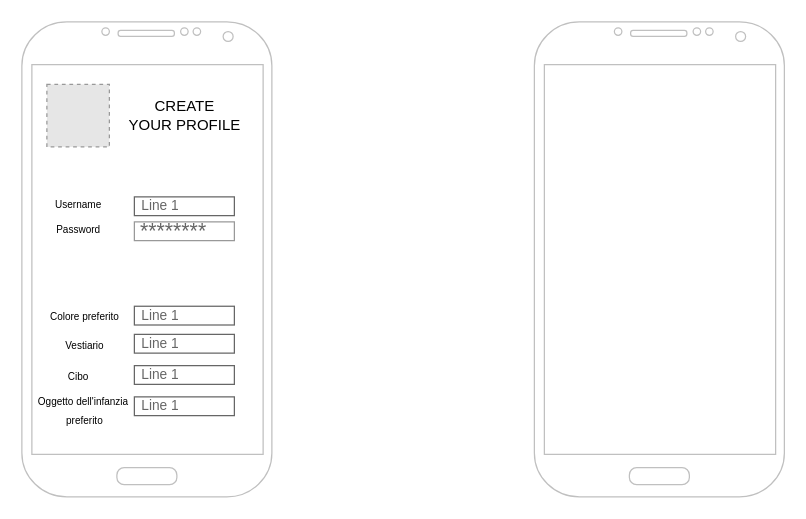
Earlier version of the draw.io diagram Pagina.drawio (ChiaraGismondi02/ArtisticMood). Source tidied: cells renumbered, new cells numbered last; positions are measured from the earlier drawing's top-left corner, leaving out a move shared by most shapes. Both pictures are drawn from the tidied source at 125%, with x=0, y=0 at pixel (21, 21). Pictures stored in the file or linked from it are replaced by grey dashed boxes.
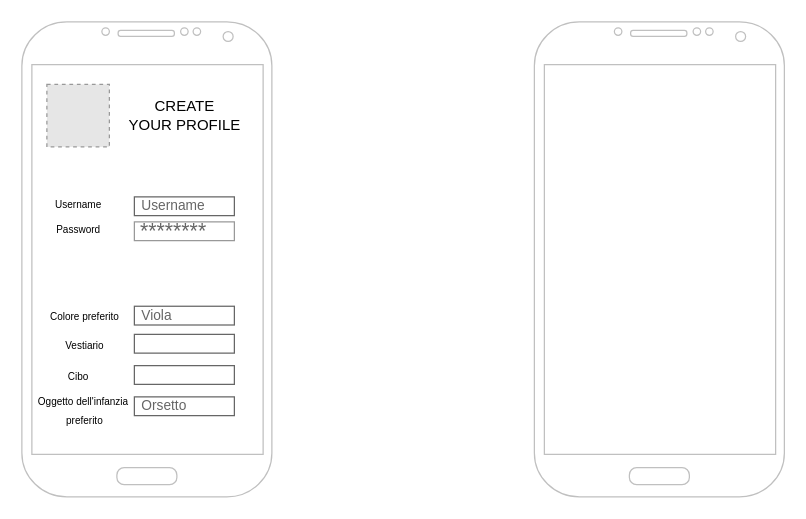
After the change.

Change to the diagram source:
```diff
@@
 <mxGraphModel>
   <root>
     <mxCell id="0" />
     <mxCell id="1" parent="0" />
     <mxCell id="2" style="verticalLabelPosition=bottom;verticalAlign=top;html=1;shadow=0;dashed=0;strokeWidth=1;shape=mxgraph.android.phone2;strokeColor=#c0c0c0;" parent="1" vertex="1">
       <mxGeometry width="200" height="380" as="geometry" />
     </mxCell>
     <mxCell id="3" style="verticalLabelPosition=bottom;verticalAlign=top;html=1;shadow=0;dashed=0;strokeWidth=1;shape=mxgraph.android.phone2;strokeColor=#c0c0c0;" parent="1" vertex="1">
       <mxGeometry x="410" width="200" height="380" as="geometry" />
     </mxCell>
     <mxCell id="4" style="fillColor=#E6E6E6;strokeColor=#999999;dashed=1;html=1;verticalAlign=top;verticalLabelPosition=bottom;labelBackgroundColor=#ffffff;" parent="1" vertex="1">
       <mxGeometry x="20" y="50" width="50" height="50" as="geometry" />
     </mxCell>
     <mxCell id="5" value="CREATE &lt;br&gt;YOUR PROFILE" style="text;html=1;align=center;verticalAlign=middle;fillColor=none;strokeColor=none;rounded=0;" parent="1" vertex="1">
       <mxGeometry x="80" y="60" width="100" height="30" as="geometry" />
     </mxCell>
-    <mxCell id="6" value="&lt;font style=&quot;font-size: 11px&quot;&gt;Line 1&lt;/font&gt;" style="strokeWidth=1;shadow=0;dashed=0;align=center;html=1;shape=mxgraph.mockup.text.textBox;fontColor=#666666;align=left;fontSize=17;spacingLeft=4;spacingTop=-3;strokeColor=#666666;mainText=;" parent="1" vertex="1">
+    <mxCell id="6" style="strokeWidth=1;shadow=0;dashed=0;align=center;html=1;shape=mxgraph.mockup.text.textBox;fontColor=#666666;align=left;fontSize=17;spacingLeft=4;spacingTop=-3;strokeColor=#666666;mainText=;" parent="1" vertex="1">
       <mxGeometry x="90" y="250" width="80" height="15" as="geometry" />
     </mxCell>
-    <mxCell id="7" value="&lt;font style=&quot;font-size: 11px&quot;&gt;Line 1&lt;/font&gt;" style="strokeWidth=1;shadow=0;dashed=0;align=center;html=1;shape=mxgraph.mockup.text.textBox;fontColor=#666666;align=left;fontSize=17;spacingLeft=4;spacingTop=-3;strokeColor=#666666;mainText=;" parent="1" vertex="1">
+    <mxCell id="7" value="&lt;span style=&quot;font-size: 11px&quot;&gt;Username&lt;/span&gt;" style="strokeWidth=1;shadow=0;dashed=0;align=center;html=1;shape=mxgraph.mockup.text.textBox;fontColor=#666666;align=left;fontSize=17;spacingLeft=4;spacingTop=-3;strokeColor=#666666;mainText=;" parent="1" vertex="1">
       <mxGeometry x="90" y="140" width="80" height="15" as="geometry" />
     </mxCell>
-    <mxCell id="8" value="&lt;font style=&quot;font-size: 11px&quot;&gt;Line 1&lt;/font&gt;" style="strokeWidth=1;shadow=0;dashed=0;align=center;html=1;shape=mxgraph.mockup.text.textBox;fontColor=#666666;align=left;fontSize=17;spacingLeft=4;spacingTop=-3;strokeColor=#666666;mainText=;" parent="1" vertex="1">
+    <mxCell id="8" value="&lt;span style=&quot;font-size: 11px&quot;&gt;Viola&lt;/span&gt;" style="strokeWidth=1;shadow=0;dashed=0;align=center;html=1;shape=mxgraph.mockup.text.textBox;fontColor=#666666;align=left;fontSize=17;spacingLeft=4;spacingTop=-3;strokeColor=#666666;mainText=;" parent="1" vertex="1">
       <mxGeometry x="90" y="227.5" width="80" height="15" as="geometry" />
     </mxCell>
-    <mxCell id="9" value="&lt;font style=&quot;font-size: 11px&quot;&gt;Line 1&lt;/font&gt;" style="strokeWidth=1;shadow=0;dashed=0;align=center;html=1;shape=mxgraph.mockup.text.textBox;fontColor=#666666;align=left;fontSize=17;spacingLeft=4;spacingTop=-3;strokeColor=#666666;mainText=;" parent="1" vertex="1">
+    <mxCell id="9" style="strokeWidth=1;shadow=0;dashed=0;align=center;html=1;shape=mxgraph.mockup.text.textBox;fontColor=#666666;align=left;fontSize=17;spacingLeft=4;spacingTop=-3;strokeColor=#666666;mainText=;" parent="1" vertex="1">
       <mxGeometry x="90" y="275" width="80" height="15" as="geometry" />
     </mxCell>
-    <mxCell id="10" value="&lt;font style=&quot;font-size: 11px&quot;&gt;Line 1&lt;/font&gt;" style="strokeWidth=1;shadow=0;dashed=0;align=center;html=1;shape=mxgraph.mockup.text.textBox;fontColor=#666666;align=left;fontSize=17;spacingLeft=4;spacingTop=-3;strokeColor=#666666;mainText=;" parent="1" vertex="1">
+    <mxCell id="10" value="&lt;span style=&quot;font-size: 11px&quot;&gt;Orsetto&lt;/span&gt;" style="strokeWidth=1;shadow=0;dashed=0;align=center;html=1;shape=mxgraph.mockup.text.textBox;fontColor=#666666;align=left;fontSize=17;spacingLeft=4;spacingTop=-3;strokeColor=#666666;mainText=;" parent="1" vertex="1">
       <mxGeometry x="90" y="300" width="80" height="15" as="geometry" />
     </mxCell>
     <mxCell id="11" value="&lt;font style=&quot;font-size: 8px&quot;&gt;Username&lt;/font&gt;" style="text;html=1;align=center;verticalAlign=middle;fillColor=none;strokeColor=none;rounded=0;" parent="1" vertex="1">
       <mxGeometry x="20" y="135" width="50" height="20" as="geometry" />
     </mxCell>
     <mxCell id="12" value="&lt;font style=&quot;font-size: 8px&quot;&gt;Password&lt;/font&gt;" style="text;html=1;align=center;verticalAlign=middle;fillColor=none;strokeColor=none;rounded=0;" parent="1" vertex="1">
       <mxGeometry x="20" y="155" width="50" height="20" as="geometry" />
     </mxCell>
     <mxCell id="13" value="********" style="strokeWidth=1;shadow=0;dashed=0;align=center;html=1;shape=mxgraph.mockup.forms.pwField;strokeColor=#999999;mainText=;align=left;fontColor=#666666;fontSize=17;spacingLeft=3;" parent="1" vertex="1">
       <mxGeometry x="90" y="160" width="80" height="15" as="geometry" />
     </mxCell>
     <mxCell id="14" value="&lt;font style=&quot;font-size: 8px&quot;&gt;Colore preferito&lt;/font&gt;" style="text;html=1;align=center;verticalAlign=middle;fillColor=none;strokeColor=none;rounded=0;" parent="1" vertex="1">
       <mxGeometry x="15" y="225" width="70" height="20" as="geometry" />
     </mxCell>
     <mxCell id="15" value="&lt;font style=&quot;font-size: 8px&quot;&gt;Vestiario&lt;/font&gt;" style="text;html=1;align=center;verticalAlign=middle;fillColor=none;strokeColor=none;rounded=0;" parent="1" vertex="1">
       <mxGeometry x="25" y="247.5" width="50" height="20" as="geometry" />
     </mxCell>
     <mxCell id="16" value="&lt;font style=&quot;font-size: 8px&quot;&gt;Cibo&lt;/font&gt;" style="text;html=1;align=center;verticalAlign=middle;fillColor=none;strokeColor=none;rounded=0;" parent="1" vertex="1">
       <mxGeometry x="30" y="272.5" width="30" height="20" as="geometry" />
     </mxCell>
     <mxCell id="17" value="&lt;font style=&quot;font-size: 8px ; line-height: 120%&quot;&gt;Oggetto dell'infanzia&amp;nbsp;&lt;br&gt;preferito&lt;/font&gt;" style="text;html=1;align=center;verticalAlign=middle;fillColor=none;strokeColor=none;rounded=0;" parent="1" vertex="1">
       <mxGeometry x="5" y="295" width="90" height="30" as="geometry" />
     </mxCell>
   </root>
 </mxGraphModel>
```
